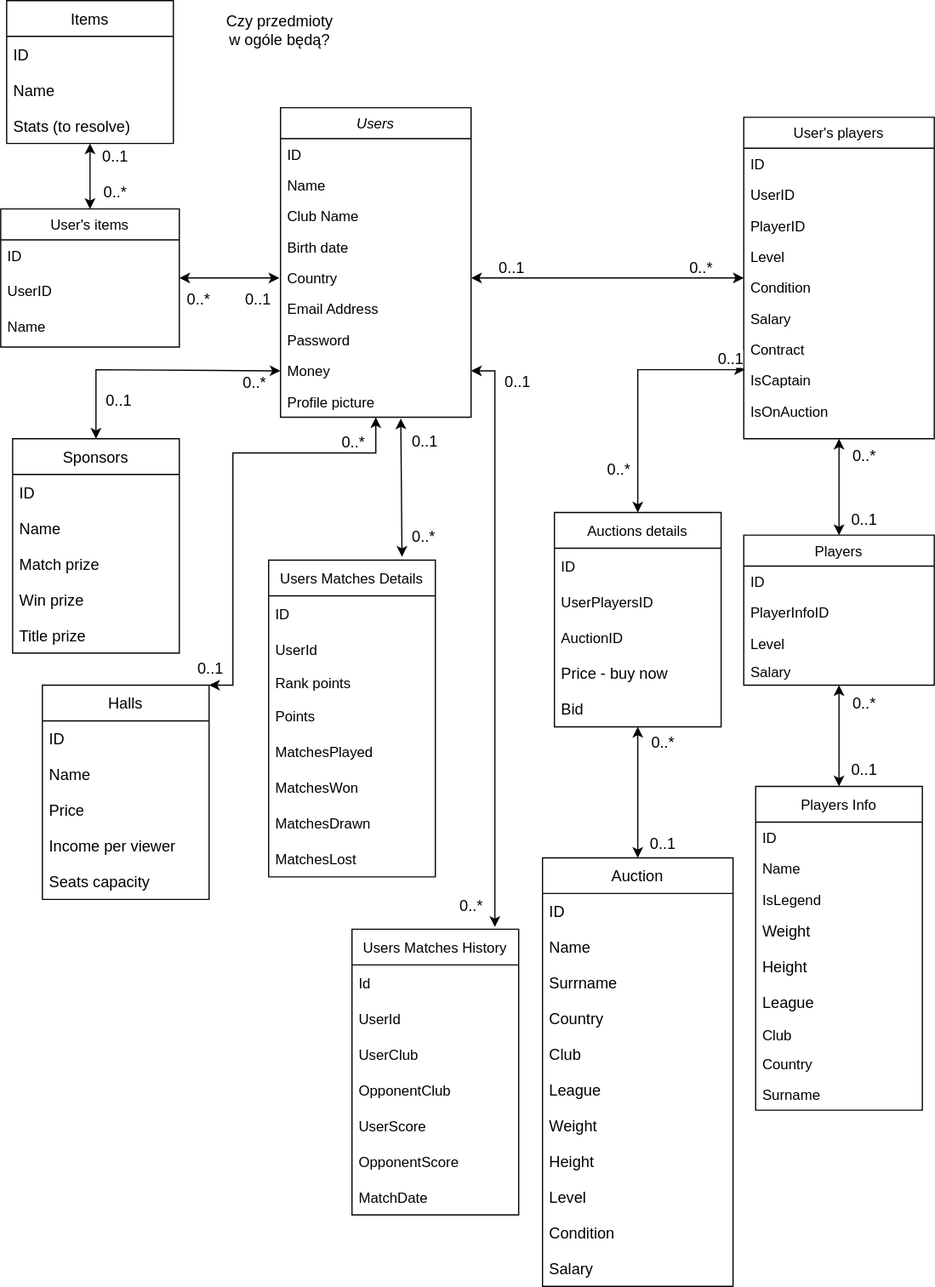
Earlier version of the draw.io export DatabaseDiagram.svg (KrystianGaluszka/PracaDyplomowa). Source tidied: cells renumbered, new cells last; positions are measured from the earlier drawing's top-left corner, leaving out a move shared by most shapes.
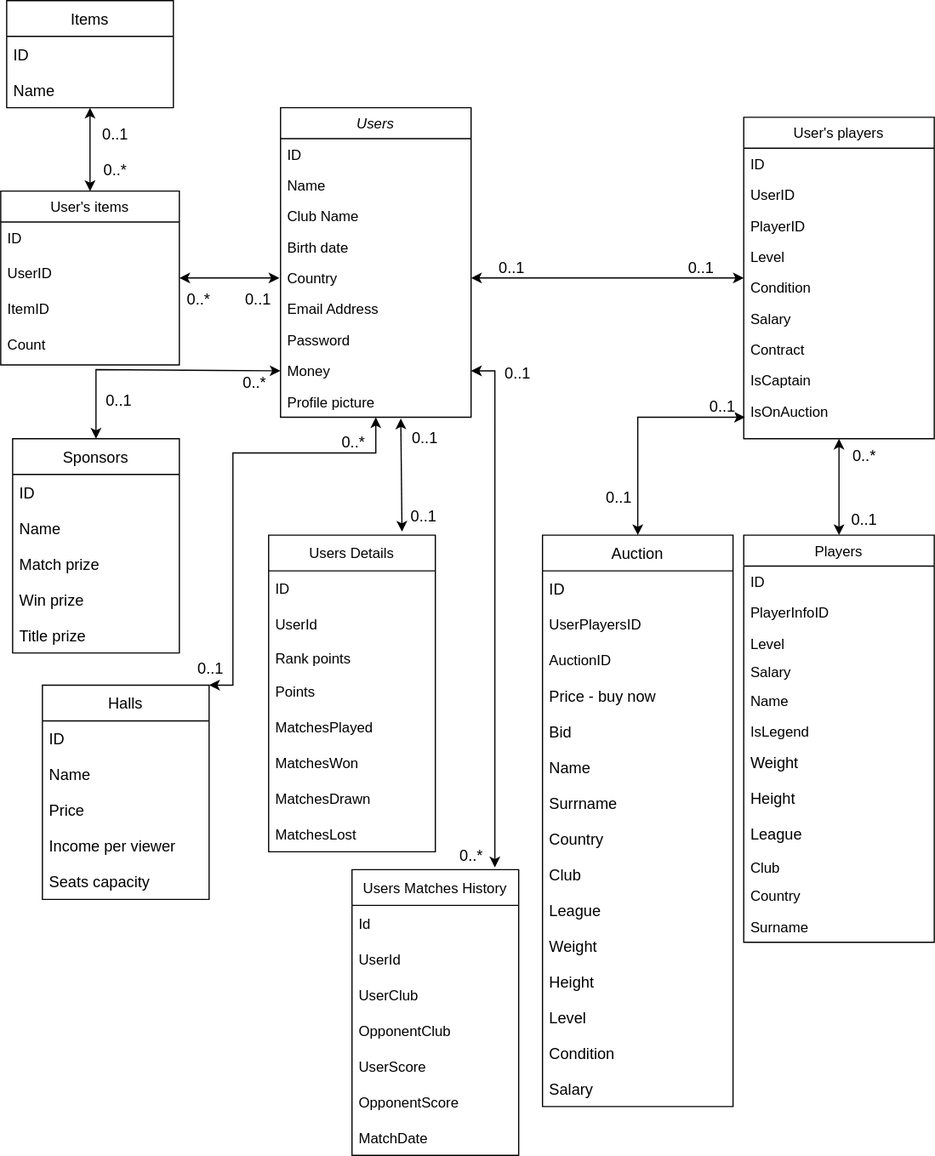
The same diagram one commit later.

Change to the diagram source:
```diff
@@ -35,3 +35,3 @@
     <mxCell id="12" value="Players" style="swimlane;fontStyle=0;align=center;verticalAlign=top;horizontal=1;startSize=26;rounded=0;shadow=0;strokeWidth=1;" parent="1" vertex="1">
-      <mxGeometry x="624" y="449" width="160" height="126" as="geometry" />
+      <mxGeometry x="624" y="449" width="160" height="342" as="geometry" />
     </mxCell>
@@ -49,4 +49,28 @@
     </mxCell>
+    <mxCell id="92" value="Name" style="text;align=left;verticalAlign=top;spacingLeft=4;spacingRight=4;overflow=hidden;" parent="12" vertex="1">
+      <mxGeometry y="126" width="160" height="26" as="geometry" />
+    </mxCell>
+    <mxCell id="93" value="IsLegend" style="text;align=left;verticalAlign=top;spacingLeft=4;spacingRight=4;overflow=hidden;" parent="12" vertex="1">
+      <mxGeometry y="152" width="160" height="24" as="geometry" />
+    </mxCell>
+    <mxCell id="94" value="Weight" style="text;strokeColor=none;fillColor=none;align=left;verticalAlign=middle;spacingLeft=4;spacingRight=4;overflow=hidden;fontSize=13;" parent="12" vertex="1">
+      <mxGeometry y="176" width="160" height="30" as="geometry" />
+    </mxCell>
+    <mxCell id="95" value="Height" style="text;strokeColor=none;fillColor=none;align=left;verticalAlign=middle;spacingLeft=4;spacingRight=4;overflow=hidden;fontSize=13;" parent="12" vertex="1">
+      <mxGeometry y="206" width="160" height="30" as="geometry" />
+    </mxCell>
+    <mxCell id="96" value="League" style="text;strokeColor=none;fillColor=none;align=left;verticalAlign=middle;spacingLeft=4;spacingRight=4;overflow=hidden;fontSize=13;" parent="12" vertex="1">
+      <mxGeometry y="236" width="160" height="30" as="geometry" />
+    </mxCell>
+    <mxCell id="97" value="Club" style="text;align=left;verticalAlign=top;spacingLeft=4;spacingRight=4;overflow=hidden;" parent="12" vertex="1">
+      <mxGeometry y="266" width="160" height="24" as="geometry" />
+    </mxCell>
+    <mxCell id="98" value="Country" style="text;align=left;verticalAlign=top;spacingLeft=4;spacingRight=4;overflow=hidden;fontStyle=0;" parent="12" vertex="1">
+      <mxGeometry y="290" width="160" height="26" as="geometry" />
+    </mxCell>
+    <mxCell id="99" value="Surname" style="text;align=left;verticalAlign=top;spacingLeft=4;spacingRight=4;overflow=hidden;rounded=0;shadow=0;html=0;" parent="12" vertex="1">
+      <mxGeometry y="316" width="160" height="26" as="geometry" />
+    </mxCell>
     <mxCell id="17" value="User's items" style="swimlane;fontStyle=0;align=center;verticalAlign=top;horizontal=1;startSize=26;rounded=0;shadow=0;strokeWidth=1;" parent="1" vertex="1">
-      <mxGeometry y="175" width="150" height="116" as="geometry" />
+      <mxGeometry y="160" width="150" height="146" as="geometry" />
     </mxCell>
@@ -58,4 +82,7 @@
     </mxCell>
+    <mxCell id="126" value="ItemID" style="text;align=left;verticalAlign=top;spacingLeft=4;spacingRight=4;overflow=hidden;strokeWidth=1;" parent="17" vertex="1">
+      <mxGeometry y="86" width="150" height="30" as="geometry" />
+    </mxCell>
-    <mxCell id="20" value="Name" style="text;align=left;verticalAlign=top;spacingLeft=4;spacingRight=4;overflow=hidden;strokeWidth=1;" parent="17" vertex="1">
-      <mxGeometry y="86" width="150" height="30" as="geometry" />
+    <mxCell id="20" value="Count" style="text;align=left;verticalAlign=top;spacingLeft=4;spacingRight=4;overflow=hidden;strokeWidth=1;" parent="17" vertex="1">
+      <mxGeometry y="116" width="150" height="30" as="geometry" />
     </mxCell>
@@ -128,3 +155,3 @@
     <mxCell id="43" value="Items" style="swimlane;fontStyle=0;horizontal=1;startSize=30;fontSize=13;strokeWidth=1;" parent="1" vertex="1">
-      <mxGeometry x="5" width="140" height="120" as="geometry" />
+      <mxGeometry x="5" width="140" height="90" as="geometry" />
     </mxCell>
@@ -136,5 +163,2 @@
     </mxCell>
-    <mxCell id="46" value="Stats (to resolve)" style="text;strokeColor=none;fillColor=none;align=left;verticalAlign=middle;spacingLeft=4;spacingRight=4;overflow=hidden;fontSize=13;" parent="43" vertex="1">
-      <mxGeometry y="90" width="140" height="30" as="geometry" />
-    </mxCell>
     <mxCell id="47" style="endArrow=classic;startArrow=classic;html=1;rounded=0;fontSize=13;" parent="1" edge="1" source="17" target="43">
@@ -178,3 +202,3 @@
     </mxCell>
-    <mxCell id="55" value="0..*" style="edgeLabel;html=1;align=center;verticalAlign=middle;fontSize=13;" parent="53" vertex="1">
+    <mxCell id="55" value="0..1" style="edgeLabel;html=1;align=center;verticalAlign=middle;fontSize=13;" parent="53" vertex="1">
       <mxGeometry x="0.68" relative="1" as="geometry">
@@ -234,3 +258,3 @@
     <mxCell id="65" value="Auction" style="swimlane;fontStyle=0;horizontal=1;startSize=30;fontSize=13;strokeWidth=1;" parent="1" vertex="1">
-      <mxGeometry x="455" y="720" width="160" height="360" as="geometry" />
+      <mxGeometry x="455" y="449" width="160" height="480" as="geometry" />
     </mxCell>
@@ -239,129 +263,46 @@
     </mxCell>
+    <mxCell id="80" value="UserPlayersID" style="text;strokeColor=none;fillColor=none;align=left;verticalAlign=middle;spacingLeft=4;spacingRight=4;overflow=hidden;" parent="65" vertex="1">
+      <mxGeometry y="60" width="160" height="30" as="geometry" />
+    </mxCell>
+    <mxCell id="81" value="AuctionID" style="text;strokeColor=none;fillColor=none;align=left;verticalAlign=middle;spacingLeft=4;spacingRight=4;overflow=hidden;" parent="65" vertex="1">
+      <mxGeometry y="90" width="160" height="30" as="geometry" />
+    </mxCell>
+    <mxCell id="82" value="Price - buy now" style="text;strokeColor=none;fillColor=none;align=left;verticalAlign=middle;spacingLeft=4;spacingRight=4;overflow=hidden;fontSize=13;" parent="65" vertex="1">
+      <mxGeometry y="120" width="160" height="30" as="geometry" />
+    </mxCell>
+    <mxCell id="83" value="Bid" style="text;strokeColor=none;fillColor=none;align=left;verticalAlign=middle;spacingLeft=4;spacingRight=4;overflow=hidden;fontSize=13;" parent="65" vertex="1">
+      <mxGeometry y="150" width="160" height="30" as="geometry" />
+    </mxCell>
     <mxCell id="67" value="Name" style="text;strokeColor=none;fillColor=none;align=left;verticalAlign=middle;spacingLeft=4;spacingRight=4;overflow=hidden;fontSize=13;" parent="65" vertex="1">
-      <mxGeometry y="60" width="160" height="30" as="geometry" />
+      <mxGeometry y="180" width="160" height="30" as="geometry" />
     </mxCell>
     <mxCell id="68" value="Surrname" style="text;strokeColor=none;fillColor=none;align=left;verticalAlign=middle;spacingLeft=4;spacingRight=4;overflow=hidden;fontSize=13;" parent="65" vertex="1">
-      <mxGeometry y="90" width="160" height="30" as="geometry" />
+      <mxGeometry y="210" width="160" height="30" as="geometry" />
     </mxCell>
     <mxCell id="69" value="Country" style="text;strokeColor=none;fillColor=none;align=left;verticalAlign=middle;spacingLeft=4;spacingRight=4;overflow=hidden;fontSize=13;" parent="65" vertex="1">
-      <mxGeometry y="120" width="160" height="30" as="geometry" />
+      <mxGeometry y="240" width="160" height="30" as="geometry" />
     </mxCell>
     <mxCell id="70" value="Club" style="text;strokeColor=none;fillColor=none;align=left;verticalAlign=middle;spacingLeft=4;spacingRight=4;overflow=hidden;fontSize=13;" parent="65" vertex="1">
-      <mxGeometry y="150" width="160" height="30" as="geometry" />
+      <mxGeometry y="270" width="160" height="30" as="geometry" />
     </mxCell>
     <mxCell id="71" value="League" style="text;strokeColor=none;fillColor=none;align=left;verticalAlign=middle;spacingLeft=4;spacingRight=4;overflow=hidden;fontSize=13;" parent="65" vertex="1">
-      <mxGeometry y="180" width="160" height="30" as="geometry" />
+      <mxGeometry y="300" width="160" height="30" as="geometry" />
     </mxCell>
     <mxCell id="72" value="Weight" style="text;strokeColor=none;fillColor=none;align=left;verticalAlign=middle;spacingLeft=4;spacingRight=4;overflow=hidden;fontSize=13;" parent="65" vertex="1">
-      <mxGeometry y="210" width="160" height="30" as="geometry" />
+      <mxGeometry y="330" width="160" height="30" as="geometry" />
     </mxCell>
     <mxCell id="73" value="Height" style="text;strokeColor=none;fillColor=none;align=left;verticalAlign=middle;spacingLeft=4;spacingRight=4;overflow=hidden;fontSize=13;" parent="65" vertex="1">
-      <mxGeometry y="240" width="160" height="30" as="geometry" />
+      <mxGeometry y="360" width="160" height="30" as="geometry" />
     </mxCell>
     <mxCell id="74" value="Level" style="text;strokeColor=none;fillColor=none;align=left;verticalAlign=middle;spacingLeft=4;spacingRight=4;overflow=hidden;fontSize=13;" parent="65" vertex="1">
-      <mxGeometry y="270" width="160" height="30" as="geometry" />
+      <mxGeometry y="390" width="160" height="30" as="geometry" />
     </mxCell>
     <mxCell id="75" value="Condition" style="text;strokeColor=none;fillColor=none;align=left;verticalAlign=middle;spacingLeft=4;spacingRight=4;overflow=hidden;fontSize=13;" parent="65" vertex="1">
-      <mxGeometry y="300" width="160" height="30" as="geometry" />
+      <mxGeometry y="420" width="160" height="30" as="geometry" />
     </mxCell>
     <mxCell id="76" value="Salary" style="text;strokeColor=none;fillColor=none;align=left;verticalAlign=middle;spacingLeft=4;spacingRight=4;overflow=hidden;fontSize=13;" parent="65" vertex="1">
-      <mxGeometry y="330" width="160" height="30" as="geometry" />
+      <mxGeometry y="450" width="160" height="30" as="geometry" />
     </mxCell>
-    <mxCell id="77" value="Czy przedmioty w ogóle będą?" style="text;html=1;strokeColor=none;fillColor=none;align=center;verticalAlign=middle;whiteSpace=wrap;rounded=0;fontSize=13;" parent="1" vertex="1">
-      <mxGeometry x="184" y="10" width="101" height="30" as="geometry" />
-    </mxCell>
-    <mxCell id="78" value="Auctions details" style="swimlane;fontStyle=0;horizontal=1;startSize=30;" parent="1" vertex="1">
-      <mxGeometry x="465" y="430" width="140" height="180" as="geometry" />
-    </mxCell>
-    <mxCell id="79" value="ID" style="text;strokeColor=none;fillColor=none;align=left;verticalAlign=middle;spacingLeft=4;spacingRight=4;overflow=hidden;" parent="78" vertex="1">
-      <mxGeometry y="30" width="140" height="30" as="geometry" />
-    </mxCell>
-    <mxCell id="80" value="UserPlayersID" style="text;strokeColor=none;fillColor=none;align=left;verticalAlign=middle;spacingLeft=4;spacingRight=4;overflow=hidden;" parent="78" vertex="1">
-      <mxGeometry y="60" width="140" height="30" as="geometry" />
-    </mxCell>
-    <mxCell id="81" value="AuctionID" style="text;strokeColor=none;fillColor=none;align=left;verticalAlign=middle;spacingLeft=4;spacingRight=4;overflow=hidden;" parent="78" vertex="1">
-      <mxGeometry y="90" width="140" height="30" as="geometry" />
-    </mxCell>
-    <mxCell id="82" value="Price - buy now" style="text;strokeColor=none;fillColor=none;align=left;verticalAlign=middle;spacingLeft=4;spacingRight=4;overflow=hidden;fontSize=13;" parent="78" vertex="1">
-      <mxGeometry y="120" width="140" height="30" as="geometry" />
-    </mxCell>
-    <mxCell id="83" value="Bid" style="text;strokeColor=none;fillColor=none;align=left;verticalAlign=middle;spacingLeft=4;spacingRight=4;overflow=hidden;fontSize=13;" parent="78" vertex="1">
-      <mxGeometry y="150" width="140" height="30" as="geometry" />
-    </mxCell>
-    <mxCell id="84" style="endArrow=classic;startArrow=classic;html=1;rounded=0;fontSize=13;" parent="1" edge="1" target="78">
-      <mxGeometry relative="1" as="geometry">
-        <mxPoint x="625" y="310" as="sourcePoint" />
-        <Array as="points">
-          <mxPoint x="535" y="310" />
-        </Array>
-      </mxGeometry>
-    </mxCell>
-    <mxCell id="85" value="0..1" style="edgeLabel;html=1;align=center;verticalAlign=middle;fontSize=13;" parent="84" vertex="1">
-      <mxGeometry x="-0.71" relative="1" as="geometry">
-        <mxPoint x="17" y="-10" as="offset" />
-      </mxGeometry>
-    </mxCell>
-    <mxCell id="86" value="0..*" style="edgeLabel;html=1;align=center;verticalAlign=middle;fontSize=13;" parent="84" vertex="1">
-      <mxGeometry x="0.68" relative="1" as="geometry">
-        <mxPoint x="-17" y="-3" as="offset" />
-      </mxGeometry>
-    </mxCell>
-    <mxCell id="87" style="endArrow=classic;startArrow=classic;html=1;rounded=0;fontSize=13;exitX=0.5;exitY=0;exitDx=0;exitDy=0;" parent="1" edge="1" source="65" target="78">
-      <mxGeometry relative="1" as="geometry" />
-    </mxCell>
-    <mxCell id="88" value="0..1" style="edgeLabel;html=1;align=center;verticalAlign=middle;fontSize=13;" parent="87" vertex="1">
-      <mxGeometry x="-0.71" relative="1" as="geometry">
-        <mxPoint x="20" y="3" as="offset" />
-      </mxGeometry>
-    </mxCell>
-    <mxCell id="89" value="0..*" style="edgeLabel;html=1;align=center;verticalAlign=middle;fontSize=13;" parent="87" vertex="1">
-      <mxGeometry x="0.68" relative="1" as="geometry">
-        <mxPoint x="20" y="-6" as="offset" />
-      </mxGeometry>
-    </mxCell>
-    <mxCell id="90" value="Players Info" style="swimlane;fontStyle=0;horizontal=1;startSize=30;" parent="1" vertex="1">
-      <mxGeometry x="634" y="660" width="140" height="272" as="geometry" />
-    </mxCell>
-    <mxCell id="91" value="ID" style="text;align=left;verticalAlign=top;spacingLeft=4;spacingRight=4;overflow=hidden;rounded=0;shadow=0;html=0;" parent="90" vertex="1">
-      <mxGeometry y="30" width="140" height="26" as="geometry" />
-    </mxCell>
-    <mxCell id="92" value="Name" style="text;align=left;verticalAlign=top;spacingLeft=4;spacingRight=4;overflow=hidden;" parent="90" vertex="1">
-      <mxGeometry y="56" width="140" height="26" as="geometry" />
-    </mxCell>
-    <mxCell id="93" value="IsLegend" style="text;align=left;verticalAlign=top;spacingLeft=4;spacingRight=4;overflow=hidden;" parent="90" vertex="1">
-      <mxGeometry y="82" width="140" height="24" as="geometry" />
-    </mxCell>
-    <mxCell id="94" value="Weight" style="text;strokeColor=none;fillColor=none;align=left;verticalAlign=middle;spacingLeft=4;spacingRight=4;overflow=hidden;fontSize=13;" parent="90" vertex="1">
-      <mxGeometry y="106" width="140" height="30" as="geometry" />
-    </mxCell>
-    <mxCell id="95" value="Height" style="text;strokeColor=none;fillColor=none;align=left;verticalAlign=middle;spacingLeft=4;spacingRight=4;overflow=hidden;fontSize=13;" parent="90" vertex="1">
-      <mxGeometry y="136" width="140" height="30" as="geometry" />
-    </mxCell>
-    <mxCell id="96" value="League" style="text;strokeColor=none;fillColor=none;align=left;verticalAlign=middle;spacingLeft=4;spacingRight=4;overflow=hidden;fontSize=13;" parent="90" vertex="1">
-      <mxGeometry y="166" width="140" height="30" as="geometry" />
-    </mxCell>
-    <mxCell id="97" value="Club" style="text;align=left;verticalAlign=top;spacingLeft=4;spacingRight=4;overflow=hidden;" parent="90" vertex="1">
-      <mxGeometry y="196" width="140" height="24" as="geometry" />
-    </mxCell>
-    <mxCell id="98" value="Country" style="text;align=left;verticalAlign=top;spacingLeft=4;spacingRight=4;overflow=hidden;fontStyle=0;" parent="90" vertex="1">
-      <mxGeometry y="220" width="140" height="26" as="geometry" />
-    </mxCell>
-    <mxCell id="99" value="Surname" style="text;align=left;verticalAlign=top;spacingLeft=4;spacingRight=4;overflow=hidden;rounded=0;shadow=0;html=0;" parent="90" vertex="1">
-      <mxGeometry y="246" width="140" height="26" as="geometry" />
-    </mxCell>
-    <mxCell id="100" style="endArrow=classic;startArrow=classic;html=1;rounded=0;fontSize=13;" parent="1" edge="1" source="90" target="12">
-      <mxGeometry relative="1" as="geometry" />
-    </mxCell>
-    <mxCell id="101" value="0..1" style="edgeLabel;html=1;align=center;verticalAlign=middle;fontSize=13;" parent="100" vertex="1">
-      <mxGeometry x="-0.62" y="-1" relative="1" as="geometry">
-        <mxPoint x="19" y="1" as="offset" />
-      </mxGeometry>
-    </mxCell>
-    <mxCell id="102" value="0..*" style="edgeLabel;html=1;align=center;verticalAlign=middle;fontSize=13;" parent="100" vertex="1">
-      <mxGeometry x="0.67" y="-2" relative="1" as="geometry">
-        <mxPoint x="18" as="offset" />
-      </mxGeometry>
-    </mxCell>
-    <mxCell id="103" value="Users Matches Details" style="swimlane;fontStyle=0;horizontal=1;startSize=30;" parent="1" vertex="1">
-      <mxGeometry x="225" y="470" width="140" height="266" as="geometry" />
+    <mxCell id="103" value="Users Details" style="swimlane;fontStyle=0;horizontal=1;startSize=30;" parent="1" vertex="1">
+      <mxGeometry x="225" y="449" width="140" height="266" as="geometry" />
     </mxCell>
@@ -392,3 +333,3 @@
     <mxCell id="112" value="Users Matches History" style="swimlane;fontStyle=0;horizontal=1;startSize=30;" parent="1" vertex="1">
-      <mxGeometry x="295" y="780" width="140" height="240" as="geometry" />
+      <mxGeometry x="295" y="730" width="140" height="240" as="geometry" />
     </mxCell>
@@ -423,3 +364,3 @@
     </mxCell>
-    <mxCell id="122" value="0..*" style="edgeLabel;html=1;align=center;verticalAlign=middle;fontSize=13;" parent="120" vertex="1">
+    <mxCell id="122" value="0..1" style="edgeLabel;html=1;align=center;verticalAlign=middle;fontSize=13;" parent="120" vertex="1">
       <mxGeometry x="0.68" relative="1" as="geometry">
@@ -445,2 +386,20 @@
     </mxCell>
+    <mxCell id="84" style="endArrow=classic;startArrow=classic;html=1;rounded=0;fontSize=13;" parent="1" edge="1" target="65">
+      <mxGeometry relative="1" as="geometry">
+        <mxPoint x="625" y="350" as="sourcePoint" />
+        <Array as="points">
+          <mxPoint x="535" y="350" />
+        </Array>
+      </mxGeometry>
+    </mxCell>
+    <mxCell id="85" value="0..1" style="edgeLabel;html=1;align=center;verticalAlign=middle;fontSize=13;" parent="84" vertex="1">
+      <mxGeometry x="-0.71" relative="1" as="geometry">
+        <mxPoint x="7" y="-10" as="offset" />
+      </mxGeometry>
+    </mxCell>
+    <mxCell id="86" value="0..1" style="edgeLabel;html=1;align=center;verticalAlign=middle;fontSize=13;" parent="84" vertex="1">
+      <mxGeometry x="0.68" relative="1" as="geometry">
+        <mxPoint x="-17" y="-3" as="offset" />
+      </mxGeometry>
+    </mxCell>
   </root>
```
